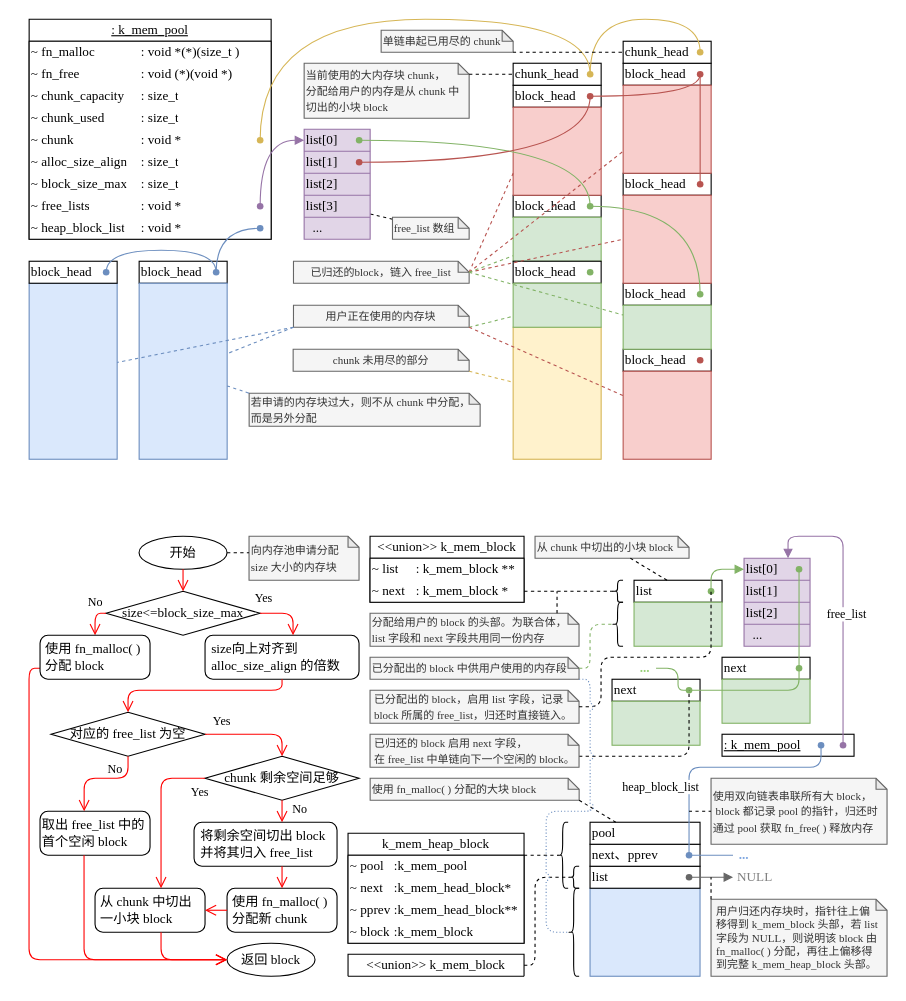
Above: page "k_mem_pool" (6 of 10) of docs/drawio/k_utils.drawio in szdxdxdx/k_game (draw.io), before the change. Source tidied: cells renumbered, new cells numbered last; positions are measured from the earlier drawing's top-left corner, leaving out a move shared by most shapes. Both pictures are drawn from the tidied source at 110%, with x=0, y=0 at pixel (29, 19).
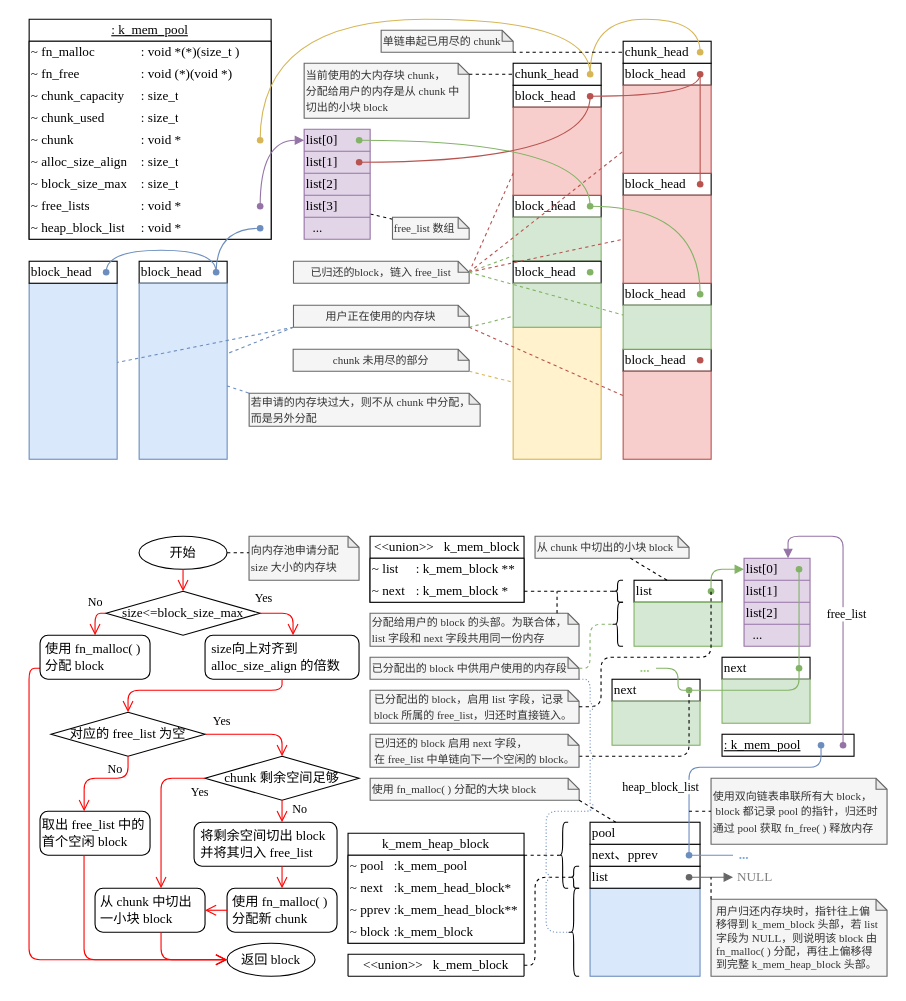
Above is the later version.

Change to the diagram source:
```diff
@@
-    <mxCell id="162" value="&lt;font face=&quot;Times New Roman&quot;&gt;&amp;lt;&amp;lt;union&amp;gt;&amp;gt; k_mem_block&lt;/font&gt;" style="swimlane;fontStyle=0;horizontal=1;startSize=20;fillColor=#FFFFFF;whiteSpace=wrap;html=1;labelBackgroundColor=default;align=center;" parent="1" vertex="1">
+    <mxCell id="162" value="&lt;font face=&quot;Times New Roman&quot;&gt;&amp;lt;&amp;lt;union&amp;gt;&amp;gt;&amp;nbsp; &amp;nbsp;k_mem_block&lt;/font&gt;" style="swimlane;fontStyle=0;horizontal=1;startSize=20;fillColor=#FFFFFF;whiteSpace=wrap;html=1;labelBackgroundColor=default;align=center;" parent="1" vertex="1">
       <mxGeometry x="309.9" y="470" width="140" height="60" as="geometry" />
     </mxCell>
@@
-    <mxCell id="237" value="&lt;font face=&quot;Times New Roman&quot;&gt;&amp;lt;&amp;lt;union&amp;gt;&amp;gt; k_mem_block&lt;/font&gt;" style="swimlane;fontStyle=0;horizontal=1;startSize=20;fillColor=#FFFFFF;whiteSpace=wrap;html=1;labelBackgroundColor=default;align=center;" parent="1" vertex="1">
+    <mxCell id="237" value="&lt;font face=&quot;Times New Roman&quot;&gt;&amp;lt;&amp;lt;union&amp;gt;&amp;gt;&amp;nbsp; &amp;nbsp;k_mem_block&lt;/font&gt;" style="swimlane;fontStyle=0;horizontal=1;startSize=20;fillColor=#FFFFFF;whiteSpace=wrap;html=1;labelBackgroundColor=default;align=center;" parent="1" vertex="1">
       <mxGeometry x="289.9" y="850" width="160" height="20" as="geometry" />
     </mxCell>
```
